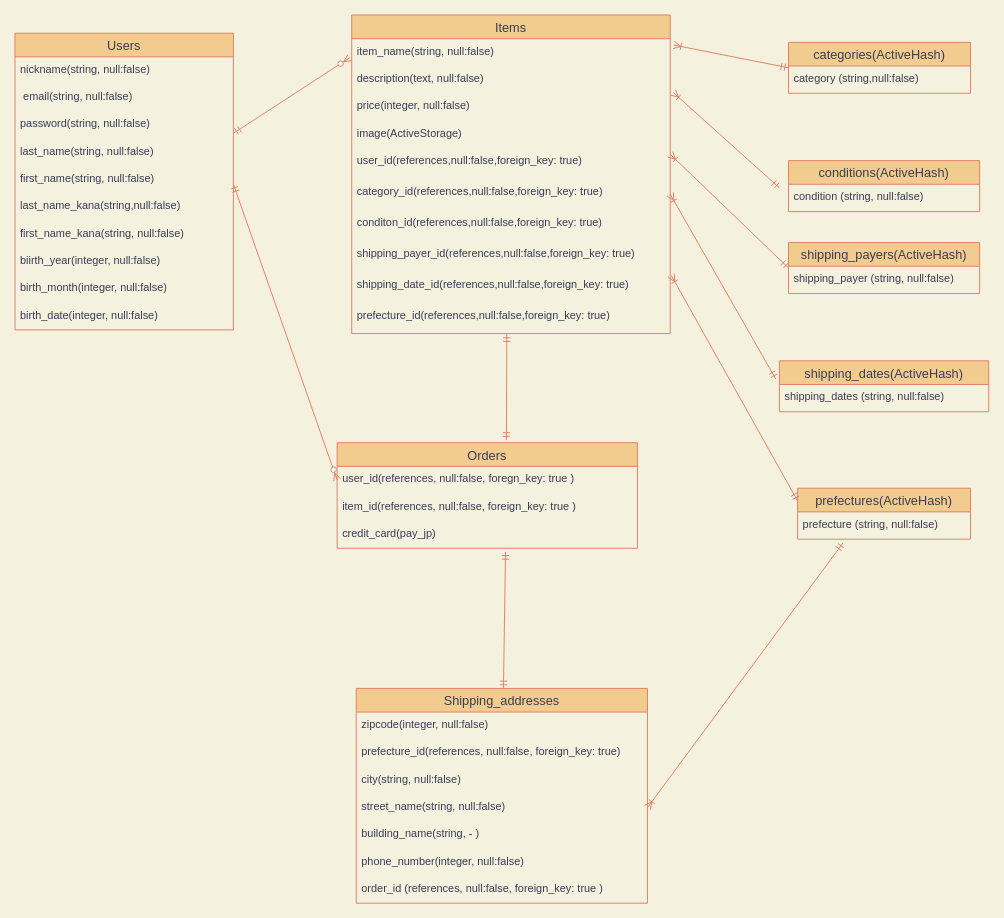
This is furima33471er.dio from lococo14/furima-33471, a draw.io file, before an edit. Source tidied: cells renumbered, new cells numbered last; positions are measured from the earlier drawing's top-left corner, leaving out a move shared by most shapes. Both pictures are drawn from the tidied source at 91%, with x=0, y=0 at pixel (15, 15).
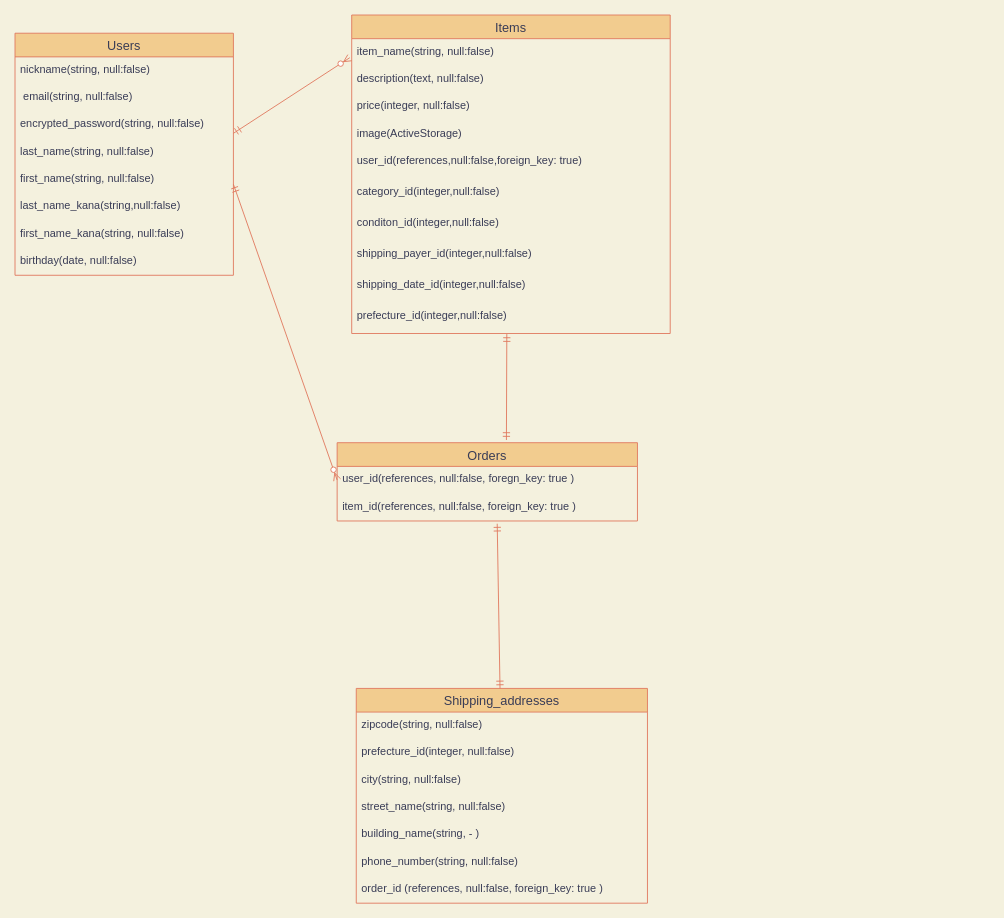
The same page after the edit.

The change refers to these unchanged cells:
```xml
<mxCell id="13" value="Items" style="swimlane;fontStyle=0;horizontal=1;startSize=26;align=center;fontSize=14;fillColor=#F2CC8F;strokeColor=#E07A5F;fontColor=#393C56;" parent="1" vertex="1">
  <mxGeometry x="370" width="350" height="350" as="geometry" />
</mxCell>
<mxCell id="14" value="item_name(string, null:false)" style="text;strokeColor=none;fillColor=none;spacingLeft=4;spacingRight=4;overflow=hidden;points=[[0,0.5],[1,0.5]];portConstraint=eastwest;fontSize=12;fontColor=#393C56;" parent="13" vertex="1">
  <mxGeometry y="26" width="350" height="30" as="geometry" />
</mxCell>
<mxCell id="16" value="price(integer, null:false)" style="text;strokeColor=none;fillColor=none;spacingLeft=4;spacingRight=4;overflow=hidden;points=[[0,0.5],[1,0.5]];portConstraint=eastwest;fontSize=12;fontColor=#393C56;" parent="13" vertex="1">
  <mxGeometry y="86" width="350" height="30" as="geometry" />
</mxCell>
<mxCell id="18" value="user_id(references,null:false,foreign_key: true)" style="text;strokeColor=none;fillColor=none;spacingLeft=4;spacingRight=4;overflow=hidden;points=[[0,0.5],[1,0.5]];portConstraint=eastwest;fontSize=12;fontColor=#393C56;" parent="13" vertex="1">
  <mxGeometry y="146" width="350" height="34" as="geometry" />
</mxCell>
<mxCell id="26" value="item_id(references, null:false, foreign_key: true )" style="text;strokeColor=none;fillColor=none;spacingLeft=4;spacingRight=4;overflow=hidden;points=[[0,0.5],[1,0.5]];portConstraint=eastwest;fontSize=12;fontColor=#393C56;" parent="24" vertex="1">
  <mxGeometry y="56" width="330" height="30" as="geometry" />
</mxCell>
<mxCell id="28" value="Shipping_addresses" style="swimlane;fontStyle=0;horizontal=1;startSize=26;align=center;fontSize=14;fillColor=#F2CC8F;strokeColor=#E07A5F;fontColor=#393C56;" parent="1" vertex="1">
  <mxGeometry x="375" y="740" width="320" height="236" as="geometry" />
</mxCell>
<mxCell id="32" value="street_name(string, null:false)" style="text;strokeColor=none;fillColor=none;spacingLeft=4;spacingRight=4;overflow=hidden;points=[[0,0.5],[1,0.5]];portConstraint=eastwest;fontSize=12;fontColor=#393C56;" parent="28" vertex="1">
  <mxGeometry y="116" width="320" height="30" as="geometry" />
</mxCell>
```

What changed in the source:
```diff
@@
     <mxCell id="2" value="Users" style="swimlane;fontStyle=0;horizontal=1;startSize=26;align=center;fontSize=14;fillColor=#F2CC8F;strokeColor=#E07A5F;fontColor=#393C56;" parent="1" vertex="1">
-      <mxGeometry y="20" width="240" height="326" as="geometry" />
+      <mxGeometry y="20" width="240" height="266" as="geometry" />
     </mxCell>
@@
-    <mxCell id="5" value="password(string, null:false)" style="text;strokeColor=none;fillColor=none;spacingLeft=4;spacingRight=4;overflow=hidden;fontSize=12;fontColor=#393C56;" parent="2" vertex="1">
+    <mxCell id="5" value="encrypted_password(string, null:false)" style="text;strokeColor=none;fillColor=none;spacingLeft=4;spacingRight=4;overflow=hidden;fontSize=12;fontColor=#393C56;" parent="2" vertex="1">
       <mxGeometry y="86" width="240" height="30" as="geometry" />
     </mxCell>
@@
-    <mxCell id="10" value="biirth_year(integer, null:false)" style="text;strokeColor=none;fillColor=none;spacingLeft=4;spacingRight=4;overflow=hidden;fontSize=12;fontColor=#393C56;" parent="2" vertex="1">
-      <mxGeometry y="236" width="240" height="30" as="geometry" />
-    </mxCell>
-    <mxCell id="11" value="birth_month(integer, null:false)" style="text;strokeColor=none;fillColor=none;spacingLeft=4;spacingRight=4;overflow=hidden;fontSize=12;fontColor=#393C56;" parent="2" vertex="1">
-      <mxGeometry y="266" width="240" height="30" as="geometry" />
-    </mxCell>
-    <mxCell id="12" value="birth_date(integer, null:false)" style="text;strokeColor=none;fillColor=none;spacingLeft=4;spacingRight=4;overflow=hidden;fontSize=12;fontColor=#393C56;" parent="2" vertex="1">
-      <mxGeometry y="296" width="240" height="30" as="geometry" />
+    <mxCell id="12" value="birthday(date, null:false)" style="text;strokeColor=none;fillColor=none;spacingLeft=4;spacingRight=4;overflow=hidden;fontSize=12;fontColor=#393C56;" parent="2" vertex="1">
+      <mxGeometry y="236" width="240" height="30" as="geometry" />
     </mxCell>
@@
-    <mxCell id="19" value="category_id(references,null:false,foreign_key: true)" style="text;strokeColor=none;fillColor=none;spacingLeft=4;spacingRight=4;overflow=hidden;points=[[0,0.5],[1,0.5]];portConstraint=eastwest;fontSize=12;fontColor=#393C56;" parent="13" vertex="1">
+    <mxCell id="19" value="category_id(integer,null:false)" style="text;strokeColor=none;fillColor=none;spacingLeft=4;spacingRight=4;overflow=hidden;points=[[0,0.5],[1,0.5]];portConstraint=eastwest;fontSize=12;fontColor=#393C56;" parent="13" vertex="1">
       <mxGeometry y="180" width="350" height="34" as="geometry" />
     </mxCell>
-    <mxCell id="20" value="conditon_id(references,null:false,foreign_key: true)" style="text;strokeColor=none;fillColor=none;spacingLeft=4;spacingRight=4;overflow=hidden;fontSize=12;fontColor=#393C56;" parent="13" vertex="1">
+    <mxCell id="20" value="conditon_id(integer,null:false)" style="text;strokeColor=none;fillColor=none;spacingLeft=4;spacingRight=4;overflow=hidden;fontSize=12;fontColor=#393C56;" parent="13" vertex="1">
       <mxGeometry y="214" width="350" height="34" as="geometry" />
     </mxCell>
-    <mxCell id="21" value="shipping_payer_id(references,null:false,foreign_key: true)" style="text;strokeColor=none;fillColor=none;spacingLeft=4;spacingRight=4;overflow=hidden;fontSize=12;fontColor=#393C56;" parent="13" vertex="1">
+    <mxCell id="21" value="shipping_payer_id(integer,null:false)" style="text;strokeColor=none;fillColor=none;spacingLeft=4;spacingRight=4;overflow=hidden;fontSize=12;fontColor=#393C56;" parent="13" vertex="1">
       <mxGeometry y="248" width="350" height="34" as="geometry" />
     </mxCell>
-    <mxCell id="22" value="shipping_date_id(references,null:false,foreign_key: true)" style="text;strokeColor=none;fillColor=none;spacingLeft=4;spacingRight=4;overflow=hidden;points=[[0,0.5],[1,0.5]];portConstraint=eastwest;fontSize=12;fontColor=#393C56;" parent="13" vertex="1">
+    <mxCell id="22" value="shipping_date_id(integer,null:false)" style="text;strokeColor=none;fillColor=none;spacingLeft=4;spacingRight=4;overflow=hidden;points=[[0,0.5],[1,0.5]];portConstraint=eastwest;fontSize=12;fontColor=#393C56;" parent="13" vertex="1">
       <mxGeometry y="282" width="350" height="34" as="geometry" />
     </mxCell>
-    <mxCell id="23" value="prefecture_id(references,null:false,foreign_key: true)" style="text;strokeColor=none;fillColor=none;spacingLeft=4;spacingRight=4;overflow=hidden;points=[[0,0.5],[1,0.5]];portConstraint=eastwest;fontSize=12;fontColor=#393C56;" parent="13" vertex="1">
+    <mxCell id="23" value="prefecture_id(integer,null:false)" style="text;strokeColor=none;fillColor=none;spacingLeft=4;spacingRight=4;overflow=hidden;points=[[0,0.5],[1,0.5]];portConstraint=eastwest;fontSize=12;fontColor=#393C56;" parent="13" vertex="1">
       <mxGeometry y="316" width="350" height="34" as="geometry" />
     </mxCell>
     <mxCell id="24" value="Orders" style="swimlane;fontStyle=0;horizontal=1;startSize=26;align=center;fontSize=14;fillColor=#F2CC8F;strokeColor=#E07A5F;fontColor=#393C56;" parent="1" vertex="1">
-      <mxGeometry x="354" y="470" width="330" height="116" as="geometry" />
+      <mxGeometry x="354" y="470" width="330" height="86" as="geometry" />
     </mxCell>
@@
-    <mxCell id="27" value="credit_card(pay_jp)" style="text;strokeColor=none;fillColor=none;spacingLeft=4;spacingRight=4;overflow=hidden;fontSize=12;fontColor=#393C56;" parent="24" vertex="1">
-      <mxGeometry y="86" width="330" height="30" as="geometry" />
-    </mxCell>
@@
-    <mxCell id="29" value="zipcode(integer, null:false)" style="text;strokeColor=none;fillColor=none;spacingLeft=4;spacingRight=4;overflow=hidden;fontSize=12;fontColor=#393C56;" parent="28" vertex="1">
+    <mxCell id="29" value="zipcode(string, null:false)" style="text;strokeColor=none;fillColor=none;spacingLeft=4;spacingRight=4;overflow=hidden;fontSize=12;fontColor=#393C56;" parent="28" vertex="1">
       <mxGeometry y="26" width="320" height="30" as="geometry" />
     </mxCell>
-    <mxCell id="30" value="prefecture_id(references, null:false, foreign_key: true)" style="text;strokeColor=none;fillColor=none;spacingLeft=4;spacingRight=4;overflow=hidden;fontSize=12;fontColor=#393C56;" parent="28" vertex="1">
+    <mxCell id="30" value="prefecture_id(integer, null:false)" style="text;strokeColor=none;fillColor=none;spacingLeft=4;spacingRight=4;overflow=hidden;fontSize=12;fontColor=#393C56;" parent="28" vertex="1">
       <mxGeometry y="56" width="320" height="30" as="geometry" />
     </mxCell>
@@
-    <mxCell id="34" value="phone_number(integer, null:false)" style="text;strokeColor=none;fillColor=none;spacingLeft=4;spacingRight=4;overflow=hidden;fontSize=12;fontColor=#393C56;" parent="28" vertex="1">
+    <mxCell id="34" value="phone_number(string, null:false)" style="text;strokeColor=none;fillColor=none;spacingLeft=4;spacingRight=4;overflow=hidden;fontSize=12;fontColor=#393C56;" parent="28" vertex="1">
       <mxGeometry y="176" width="320" height="30" as="geometry" />
     </mxCell>
@@
-    <mxCell id="36" value="categories(ActiveHash)" style="swimlane;fontStyle=0;horizontal=1;startSize=26;align=center;fontSize=14;fillColor=#F2CC8F;strokeColor=#E07A5F;fontColor=#393C56;" parent="1" vertex="1">
-      <mxGeometry x="850" y="30" width="200" height="56" as="geometry" />
-    </mxCell>
-    <mxCell id="37" value="category (string,null:false)" style="text;strokeColor=none;fillColor=none;spacingLeft=4;spacingRight=4;overflow=hidden;fontSize=12;fontColor=#393C56;" parent="36" vertex="1">
-      <mxGeometry y="26" width="200" height="30" as="geometry" />
-    </mxCell>
-    <mxCell id="38" value="conditions(ActiveHash)" style="swimlane;fontStyle=0;horizontal=1;startSize=26;align=center;fontSize=14;fillColor=#F2CC8F;strokeColor=#E07A5F;fontColor=#393C56;" parent="1" vertex="1">
-      <mxGeometry x="850" y="160" width="210" height="56" as="geometry" />
-    </mxCell>
-    <mxCell id="39" value="shipping_payers(ActiveHash)" style="swimlane;fontStyle=0;horizontal=1;startSize=26;align=center;fontSize=14;fillColor=#F2CC8F;strokeColor=#E07A5F;fontColor=#393C56;" parent="1" vertex="1">
-      <mxGeometry x="850" y="250" width="210" height="56" as="geometry" />
-    </mxCell>
-    <mxCell id="40" value="shipping_payer (string, null:false)" style="text;strokeColor=none;fillColor=none;spacingLeft=4;spacingRight=4;overflow=hidden;fontSize=12;fontColor=#393C56;" parent="39" vertex="1">
-      <mxGeometry y="26" width="210" height="30" as="geometry" />
-    </mxCell>
-    <mxCell id="41" value="prefectures(ActiveHash)" style="swimlane;fontStyle=0;horizontal=1;startSize=26;align=center;fontSize=14;fillColor=#F2CC8F;strokeColor=#E07A5F;fontColor=#393C56;" parent="1" vertex="1">
-      <mxGeometry x="860" y="520" width="190" height="56" as="geometry" />
-    </mxCell>
-    <mxCell id="42" value="prefecture (string, null:false)" style="text;strokeColor=none;fillColor=none;spacingLeft=4;spacingRight=4;overflow=hidden;points=[[0,0.5],[1,0.5]];portConstraint=eastwest;fontSize=12;fontColor=#393C56;" parent="41" vertex="1">
-      <mxGeometry y="26" width="190" height="30" as="geometry" />
-    </mxCell>
-    <mxCell id="43" value="shipping_dates(ActiveHash)" style="swimlane;fontStyle=0;horizontal=1;startSize=26;align=center;fontSize=14;fillColor=#F2CC8F;strokeColor=#E07A5F;fontColor=#393C56;" parent="1" vertex="1">
-      <mxGeometry x="840" y="380" width="230" height="56" as="geometry" />
-    </mxCell>
-    <mxCell id="44" value="shipping_dates (string, null:false)" style="text;strokeColor=none;fillColor=none;spacingLeft=4;spacingRight=4;overflow=hidden;fontSize=12;fontColor=#393C56;" parent="43" vertex="1">
-      <mxGeometry y="26" width="230" height="30" as="geometry" />
-    </mxCell>
@@
-    <mxCell id="47" style="fontSize=12;html=1;endArrow=ERmandOne;startArrow=ERmandOne;strokeColor=#E07A5F;fillColor=#F2CC8F;" parent="1" edge="1" source="28">
-      <mxGeometry relative="1" as="geometry">
-        <mxPoint x="539" y="590" as="targetPoint" />
-      </mxGeometry>
+    <mxCell id="47" style="fontSize=12;html=1;endArrow=ERmandOne;startArrow=ERmandOne;strokeColor=#E07A5F;fillColor=#F2CC8F;entryX=0.533;entryY=1.1;entryDx=0;entryDy=0;entryPerimeter=0;" parent="1" edge="1" source="28" target="26">
+      <mxGeometry relative="1" as="geometry" />
     </mxCell>
-    <mxCell id="48" style="fontSize=12;html=1;endArrow=ERoneToMany;startArrow=ERmandOne;strokeColor=#E07A5F;fillColor=#F2CC8F;entryX=1;entryY=0.5;entryDx=0;entryDy=0;" parent="1" edge="1" target="19">
-      <mxGeometry relative="1" as="geometry">
-        <mxPoint x="836" y="400" as="sourcePoint" />
-      </mxGeometry>
-    </mxCell>
-    <mxCell id="49" style="fontSize=12;html=1;endArrow=ERoneToMany;startArrow=ERmandOne;strokeColor=#E07A5F;fillColor=#F2CC8F;entryX=1.003;entryY=0.118;entryDx=0;entryDy=0;entryPerimeter=0;exitX=0;exitY=0.25;exitDx=0;exitDy=0;" parent="1" edge="1" source="41" target="22">
-      <mxGeometry relative="1" as="geometry" />
-    </mxCell>
@@
-    <mxCell id="51" style="fontSize=12;html=1;endArrow=ERoneToMany;startArrow=ERmandOne;strokeColor=#E07A5F;fillColor=#F2CC8F;entryX=1;entryY=0.206;entryDx=0;entryDy=0;entryPerimeter=0;exitX=0;exitY=0.5;exitDx=0;exitDy=0;" parent="1" edge="1" source="39" target="18">
-      <mxGeometry relative="1" as="geometry" />
-    </mxCell>
-    <mxCell id="52" value="condition (string, null:false)" style="text;strokeColor=none;fillColor=none;spacingLeft=4;spacingRight=4;overflow=hidden;fontSize=12;fontColor=#393C56;" parent="1" vertex="1">
-      <mxGeometry x="850" y="186" width="210" height="30" as="geometry" />
-    </mxCell>
-    <mxCell id="53" style="fontSize=12;html=1;endArrow=ERoneToMany;startArrow=ERmandOne;strokeColor=#E07A5F;fillColor=#F2CC8F;entryX=1.009;entryY=-0.033;entryDx=0;entryDy=0;entryPerimeter=0;" parent="1" edge="1" target="16">
-      <mxGeometry relative="1" as="geometry">
-        <mxPoint x="840" y="190" as="sourcePoint" />
-      </mxGeometry>
-    </mxCell>
-    <mxCell id="54" style="fontSize=12;html=1;endArrow=ERoneToMany;startArrow=ERmandOne;strokeColor=#E07A5F;fillColor=#F2CC8F;entryX=1.011;entryY=0.233;entryDx=0;entryDy=0;entryPerimeter=0;exitX=0;exitY=0.5;exitDx=0;exitDy=0;" parent="1" edge="1" source="36" target="14">
-      <mxGeometry relative="1" as="geometry" />
-    </mxCell>
-    <mxCell id="55" style="fontSize=12;html=1;endArrow=ERoneToMany;startArrow=ERmandOne;strokeColor=#E07A5F;fillColor=#F2CC8F;exitX=0.263;exitY=1.133;exitDx=0;exitDy=0;exitPerimeter=0;entryX=1;entryY=0.5;entryDx=0;entryDy=0;" parent="1" edge="1" source="42" target="32">
-      <mxGeometry relative="1" as="geometry" />
-    </mxCell>
```
